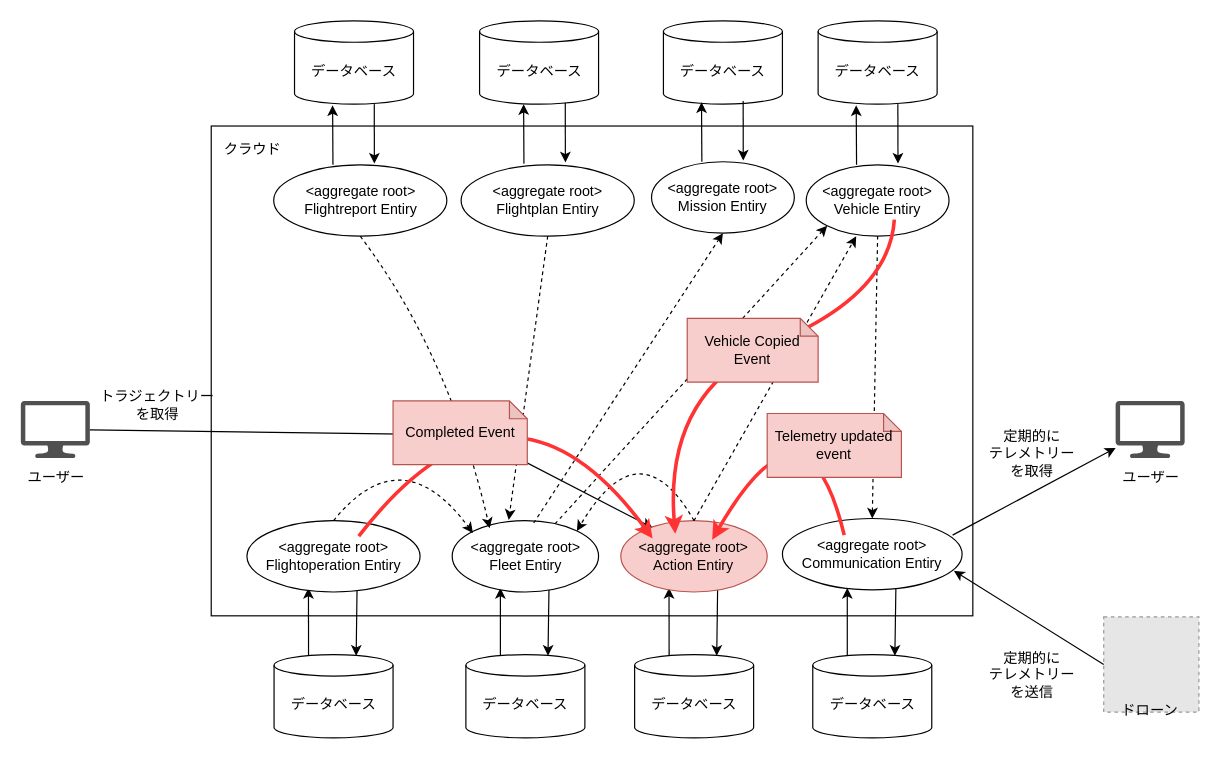
The draw.io diagram page "action" (20 of 22) of contents/assets/skysign-domain-models-images.drawio in Tomofiles/skysign_cloud_v2, before the edit. Source tidied: cells renumbered, new cells numbered last; positions are measured from the earlier drawing's top-left corner, leaving out a move shared by most shapes. Both pictures are drawn from the tidied source at 119%, with x=0, y=0 at pixel (20, 20). Pictures stored in the file or linked from it are replaced by grey dashed boxes.
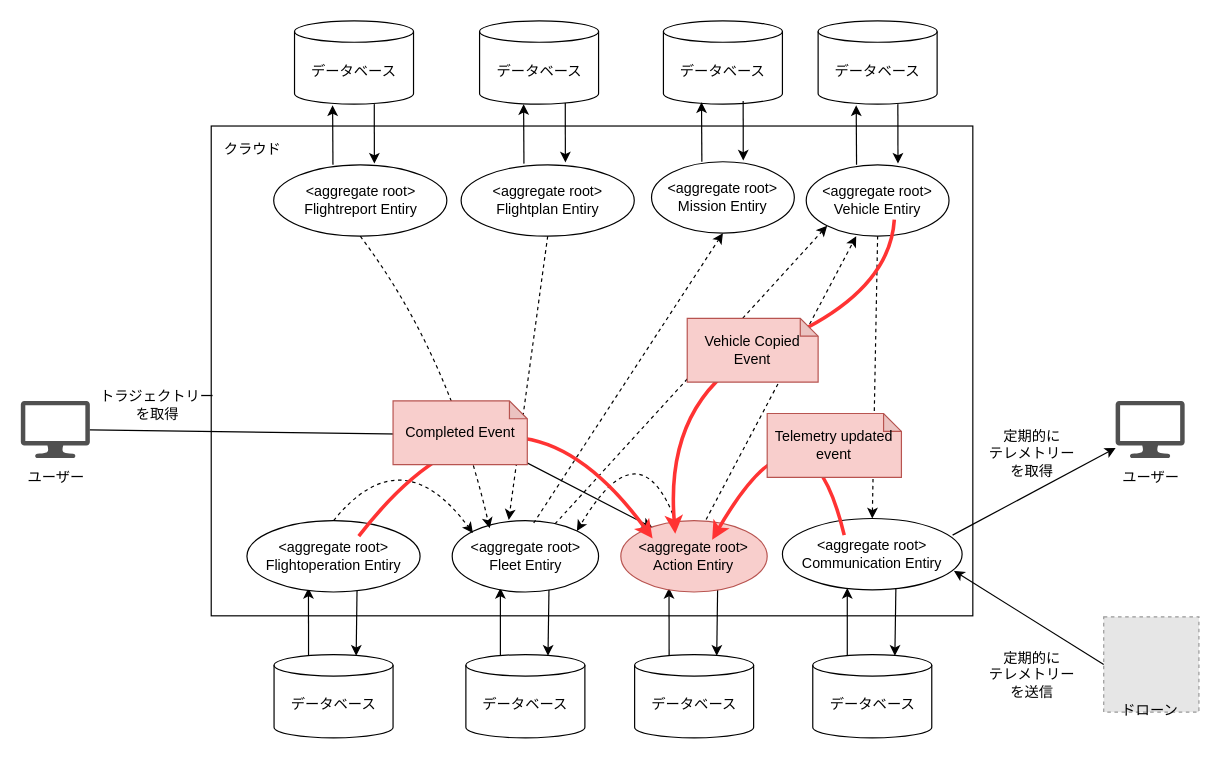
The same page after the edit.

The change refers to these unchanged cells:
```xml
<mxCell id="9" value="&lt;span&gt;&amp;lt;aggregate root&amp;gt;&lt;/span&gt;&lt;br&gt;&lt;span&gt;Fleet Entiry&lt;/span&gt;" style="ellipse;whiteSpace=wrap;html=1;" parent="1" vertex="1">
  <mxGeometry x="362.5" y="420" width="123" height="60" as="geometry" />
</mxCell>
<mxCell id="31" value="&lt;span&gt;&amp;lt;aggregate root&amp;gt;&lt;/span&gt;&lt;br&gt;&lt;span&gt;Vehicle Entiry&lt;/span&gt;" style="ellipse;whiteSpace=wrap;html=1;fillColor=#ffffff;" parent="1" vertex="1">
  <mxGeometry x="660" y="121" width="120" height="60" as="geometry" />
</mxCell>
<mxCell id="51" value="&lt;span&gt;&amp;lt;aggregate root&amp;gt;&lt;/span&gt;&lt;br&gt;&lt;span&gt;Action Entiry&lt;/span&gt;" style="ellipse;whiteSpace=wrap;html=1;fillColor=#f8cecc;strokeColor=#b85450;" parent="1" vertex="1">
  <mxGeometry x="504.2" y="420" width="123" height="60" as="geometry" />
</mxCell>
```

The edit, as a diff of the source:
```diff
@@
-    <mxCell id="52" style="curved=1;endArrow=classic;html=1;strokeColor=#000000;strokeWidth=1;fontColor=#FF3333;exitX=0.5;exitY=0;exitDx=0;exitDy=0;dashed=1;entryX=0.35;entryY=1;entryDx=0;entryDy=0;entryPerimeter=0;" parent="1" edge="1" source="51" target="31">
+    <mxCell id="52" style="curved=1;endArrow=classic;html=1;strokeColor=#000000;strokeWidth=1;fontColor=#FF3333;exitX=0.583;exitY=-0.017;exitDx=0;exitDy=0;dashed=1;entryX=0.35;entryY=1;entryDx=0;entryDy=0;entryPerimeter=0;exitPerimeter=0;" parent="1" edge="1" source="51" target="31">
       <mxGeometry relative="1" as="geometry" />
     </mxCell>
-    <mxCell id="53" style="curved=1;endArrow=classic;html=1;strokeColor=#000000;strokeWidth=1;fontColor=#FF3333;dashed=1;entryX=1;entryY=0;entryDx=0;entryDy=0;exitX=0.5;exitY=0;exitDx=0;exitDy=0;" parent="1" edge="1" source="51" target="9">
+    <mxCell id="53" style="curved=1;endArrow=classic;html=1;strokeColor=#000000;strokeWidth=1;fontColor=#FF3333;dashed=1;entryX=1;entryY=0;entryDx=0;entryDy=0;" parent="1" edge="1" target="9">
       <mxGeometry relative="1" as="geometry">
+        <mxPoint x="550" y="420" as="sourcePoint" />
         <Array as="points">
           <mxPoint x="520" y="340" />
         </Array>
       </mxGeometry>
     </mxCell>
```
